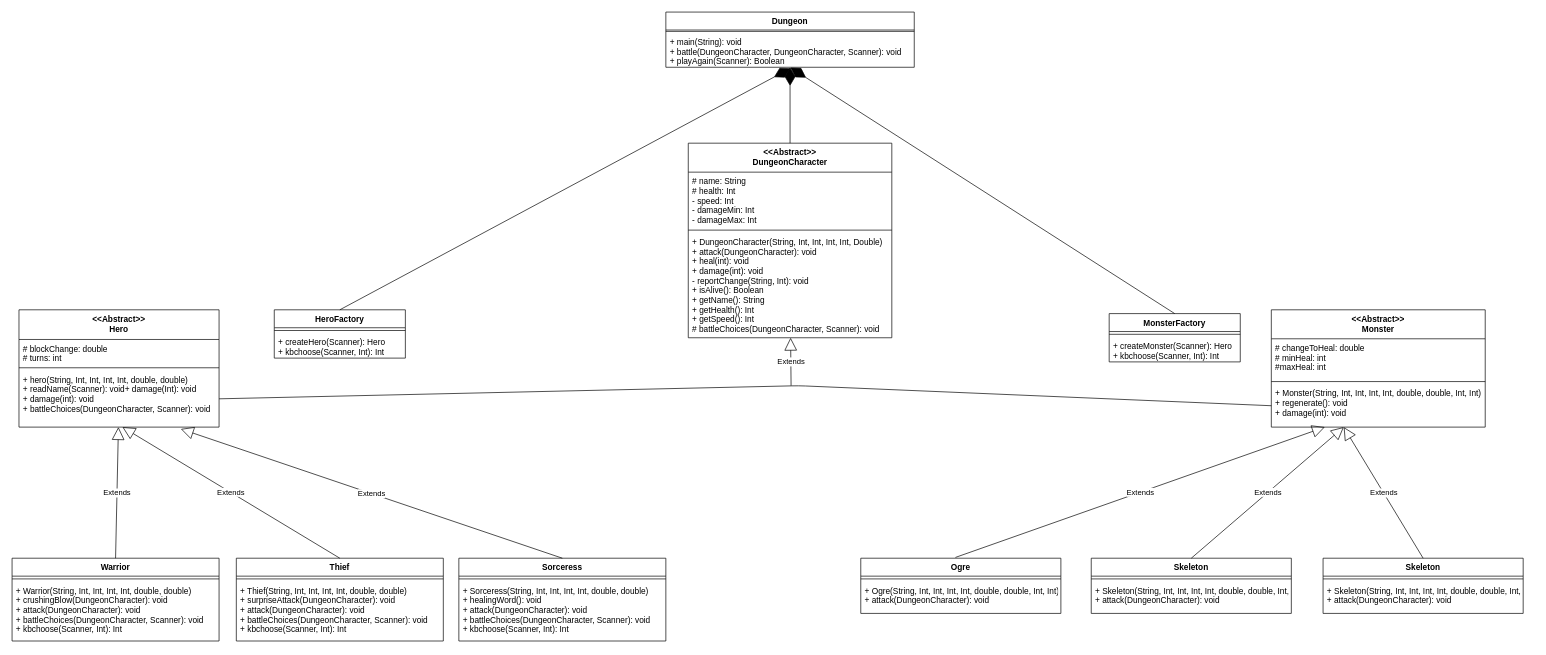
RaikiriR/designpatterns keeps this draw.io diagram as Dungeon_UML.drawio. Above is the earlier version. Source tidied: cells renumbered, new cells numbered last; positions are measured from the earlier drawing's top-left corner, leaving out a move shared by most shapes. Both pictures are drawn from the tidied source at 69%, with x=0, y=0 at pixel (12, 12).
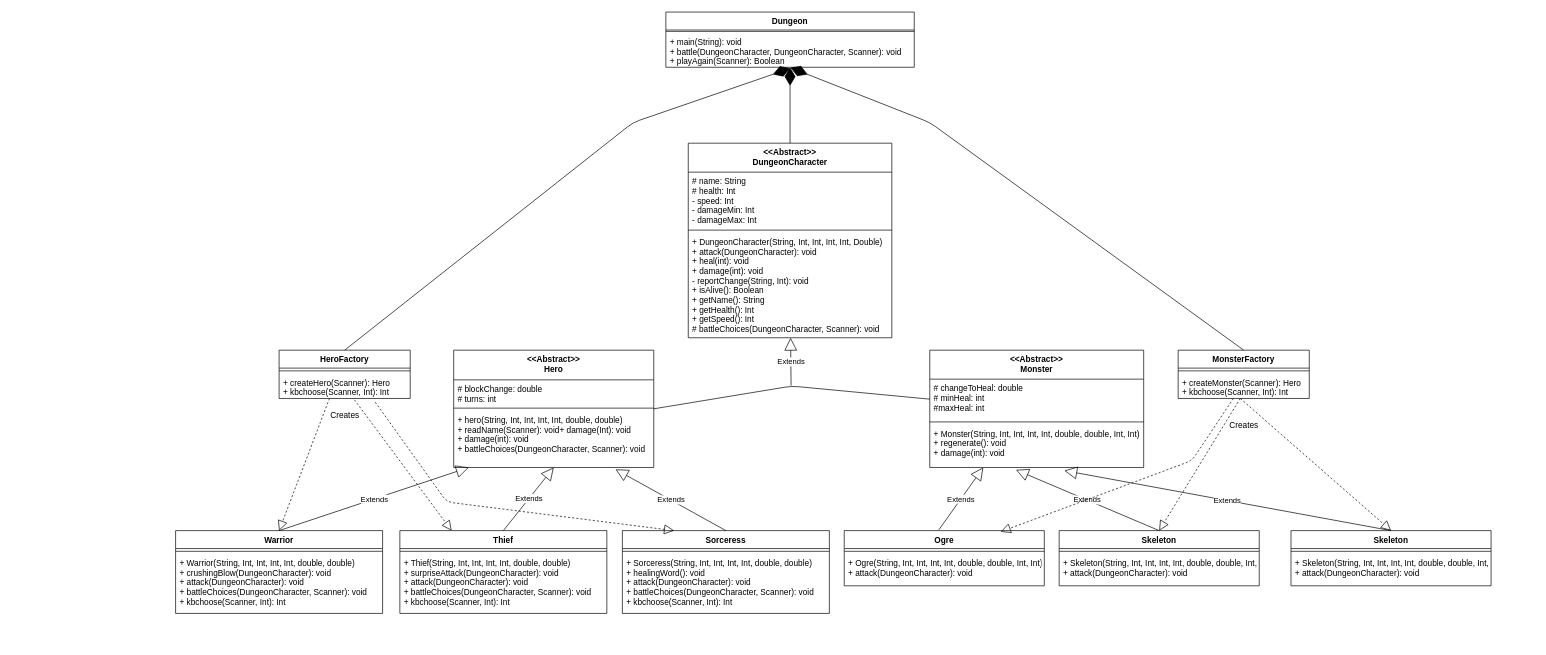
The same page after the edit.

Commit message:
Replaced old Dungeon_UML.drawio: UML here

Unchanged cells that the change refers to:
```xml
<mxCell id="12" value="+ hero(String, Int, Int, Int, Int, double, double)&#10;+ readName(Scanner): void+ damage(Int): void&#10;+ damage(int): void&#10;+ battleChoices(DungeonCharacter, Scanner): void&#10;" style="text;strokeColor=none;fillColor=none;align=left;verticalAlign=top;spacingLeft=4;spacingRight=4;overflow=hidden;points=[[0,0.5],[1,0.5]];portConstraint=eastwest;" parent="9" vertex="1">
  <mxGeometry y="88" width="290" height="82" as="geometry" />
</mxCell>
<mxCell id="14" value="# changeToHeal: double&#10;# minHeal: int&#10;#maxHeal: int&#10;" style="text;strokeColor=none;fillColor=none;align=left;verticalAlign=top;spacingLeft=4;spacingRight=4;overflow=hidden;points=[[0,0.5],[1,0.5]];portConstraint=eastwest;" parent="13" vertex="1">
  <mxGeometry y="42" width="310" height="58" as="geometry" />
</mxCell>
<mxCell id="16" value="+ Monster(String, Int, Int, Int, Int, double, double, Int, Int)&#10;+ regenerate(): void&#10;+ damage(int): void&#10;" style="text;strokeColor=none;fillColor=none;align=left;verticalAlign=top;spacingLeft=4;spacingRight=4;overflow=hidden;points=[[0,0.5],[1,0.5]];portConstraint=eastwest;" parent="13" vertex="1">
  <mxGeometry y="108" width="310" height="62" as="geometry" />
</mxCell>
<mxCell id="37" value="+ createHero(Scanner): Hero&#10;+ kbchoose(Scanner, Int): Int&#10;" style="text;strokeColor=none;fillColor=none;align=left;verticalAlign=top;spacingLeft=4;spacingRight=4;overflow=hidden;points=[[0,0.5],[1,0.5]];portConstraint=eastwest;" parent="35" vertex="1">
  <mxGeometry y="34" width="190" height="36" as="geometry" />
</mxCell>
<mxCell id="40" value="+ createMonster(Scanner): Hero&#10;+ kbchoose(Scanner, Int): Int&#10;" style="text;strokeColor=none;fillColor=none;align=left;verticalAlign=top;spacingLeft=4;spacingRight=4;overflow=hidden;points=[[0,0.5],[1,0.5]];portConstraint=eastwest;" parent="38" vertex="1">
  <mxGeometry y="34" width="190" height="36" as="geometry" />
</mxCell>
```

Diff of the diagram source:
```diff
@@
     <mxCell id="9" value="&lt;&lt;Abstract&gt;&gt;&#10;Hero" style="swimlane;fontStyle=1;align=center;verticalAlign=top;horizontal=1;startSize=43;" parent="1" vertex="1">
-      <mxGeometry x="10" y="431.5" width="290" height="170" as="geometry" />
+      <mxGeometry x="640" y="490" width="290" height="170" as="geometry" />
     </mxCell>
@@
     <mxCell id="13" value="&lt;&lt;Abstract&gt;&gt;&#10;Monster" style="swimlane;fontStyle=1;align=center;verticalAlign=top;horizontal=1;startSize=42;" parent="1" vertex="1">
-      <mxGeometry x="1825" y="431.5" width="310" height="170" as="geometry" />
+      <mxGeometry x="1330" y="490" width="310" height="170" as="geometry" />
     </mxCell>
@@
     <mxCell id="17" value="Warrior" style="swimlane;fontStyle=1;align=center;verticalAlign=top;horizontal=1;startSize=26;" parent="1" vertex="1">
-      <mxGeometry y="791.5" width="300" height="120" as="geometry" />
+      <mxGeometry x="237" y="751.5" width="300" height="120" as="geometry" />
     </mxCell>
@@
     <mxCell id="20" value="Sorceress" style="swimlane;fontStyle=1;align=center;verticalAlign=top;horizontal=1;startSize=26;" parent="1" vertex="1">
-      <mxGeometry x="647.5" y="791.5" width="300" height="120" as="geometry" />
+      <mxGeometry x="884.5" y="751.5" width="300" height="120" as="geometry" />
     </mxCell>
@@
     <mxCell id="23" value="Thief" style="swimlane;fontStyle=1;align=center;verticalAlign=top;horizontal=1;startSize=26;" parent="1" vertex="1">
-      <mxGeometry x="325" y="791.5" width="300" height="120" as="geometry" />
+      <mxGeometry x="562" y="751.5" width="300" height="120" as="geometry" />
     </mxCell>
@@
     <mxCell id="26" value="Ogre" style="swimlane;fontStyle=1;align=center;verticalAlign=top;horizontal=1;startSize=26;" parent="1" vertex="1">
-      <mxGeometry x="1230" y="791.5" width="290" height="80" as="geometry" />
+      <mxGeometry x="1206" y="751.5" width="290" height="80" as="geometry" />
     </mxCell>
@@
     <mxCell id="29" value="Skeleton" style="swimlane;fontStyle=1;align=center;verticalAlign=top;horizontal=1;startSize=26;" parent="1" vertex="1">
-      <mxGeometry x="1564" y="791.5" width="290" height="80" as="geometry" />
+      <mxGeometry x="1517.5" y="751.5" width="290" height="80" as="geometry" />
     </mxCell>
@@
     <mxCell id="32" value="Skeleton" style="swimlane;fontStyle=1;align=center;verticalAlign=top;horizontal=1;startSize=26;" parent="1" vertex="1">
-      <mxGeometry x="1900" y="791.5" width="290" height="80" as="geometry" />
+      <mxGeometry x="1853.5" y="751.5" width="290" height="80" as="geometry" />
     </mxCell>
@@
     <mxCell id="35" value="HeroFactory" style="swimlane;fontStyle=1;align=center;verticalAlign=top;horizontal=1;startSize=26;" parent="1" vertex="1">
-      <mxGeometry x="380" y="431.5" width="190" height="70" as="geometry" />
+      <mxGeometry x="387" y="490" width="190" height="70" as="geometry" />
     </mxCell>
@@
     <mxCell id="38" value="MonsterFactory" style="swimlane;fontStyle=1;align=center;verticalAlign=top;horizontal=1;startSize=26;" parent="1" vertex="1">
-      <mxGeometry x="1590" y="437" width="190" height="70" as="geometry" />
+      <mxGeometry x="1690" y="490" width="190" height="70" as="geometry" />
     </mxCell>
@@
     <mxCell id="42" style="endArrow=diamondThin;endFill=1;endSize=24;html=1;exitX=0.5;exitY=0;exitDx=0;exitDy=0;" parent="1" edge="1" source="38">
       <mxGeometry relative="1" as="geometry">
         <mxPoint x="1128" y="80.5" as="targetPoint" />
+        <Array as="points">
+          <mxPoint x="1330" y="160" />
+        </Array>
       </mxGeometry>
     </mxCell>
     <mxCell id="43" style="endArrow=diamondThin;endFill=1;endSize=24;html=1;exitX=0.5;exitY=0;exitDx=0;exitDy=0;" parent="1" edge="1" source="35">
       <mxGeometry relative="1" as="geometry">
         <mxPoint x="1128" y="81.5" as="targetPoint" />
+        <Array as="points">
+          <mxPoint x="900" y="160" />
+        </Array>
       </mxGeometry>
     </mxCell>
@@
-    <mxCell id="45" value="Extends" style="endArrow=block;endSize=16;endFill=0;html=1;exitX=0.5;exitY=0;exitDx=0;exitDy=0;" parent="1" edge="1" source="23">
-      <mxGeometry relative="1" as="geometry">
-        <mxPoint x="160" y="601.5" as="targetPoint" />
-      </mxGeometry>
+    <mxCell id="45" value="Extends" style="endArrow=block;endSize=16;endFill=0;html=1;exitX=0.5;exitY=0;exitDx=0;exitDy=0;entryX=0.5;entryY=1;entryDx=0;entryDy=0;" parent="1" edge="1" source="23" target="9">
+      <mxGeometry relative="1" as="geometry" />
     </mxCell>
@@
-    <mxCell id="48" value="Extends" style="endArrow=block;endSize=16;endFill=0;html=1;exitX=0.5;exitY=0;exitDx=0;exitDy=0;" parent="1" edge="1" source="29">
-      <mxGeometry relative="1" as="geometry">
-        <mxPoint x="1930" y="601.5" as="targetPoint" />
-      </mxGeometry>
+    <mxCell id="48" value="Extends" style="endArrow=block;endSize=16;endFill=0;html=1;exitX=0.5;exitY=0;exitDx=0;exitDy=0;entryX=0.403;entryY=1.056;entryDx=0;entryDy=0;entryPerimeter=0;" parent="1" edge="1" source="29" target="16">
+      <mxGeometry relative="1" as="geometry" />
     </mxCell>
-    <mxCell id="49" value="Extends" style="endArrow=block;endSize=16;endFill=0;html=1;exitX=0.5;exitY=0;exitDx=0;exitDy=0;" parent="1" edge="1" source="32">
-      <mxGeometry relative="1" as="geometry">
-        <mxPoint x="1930" y="601.5" as="targetPoint" />
-      </mxGeometry>
+    <mxCell id="49" value="Extends" style="endArrow=block;endSize=16;endFill=0;html=1;exitX=0.5;exitY=0;exitDx=0;exitDy=0;entryX=0.629;entryY=1.073;entryDx=0;entryDy=0;entryPerimeter=0;" parent="1" edge="1" source="32" target="16">
+      <mxGeometry relative="1" as="geometry" />
     </mxCell>
@@
-    <mxCell id="51" style="endArrow=none;endFill=0;endSize=24;html=1;strokeColor=#000000;exitX=1;exitY=0.5;exitDx=0;exitDy=0;entryX=0;entryY=0.5;entryDx=0;entryDy=0;" parent="1" edge="1" source="12" target="16">
+    <mxCell id="51" style="endArrow=none;endFill=0;endSize=24;html=1;strokeColor=#000000;exitX=1;exitY=0.5;exitDx=0;exitDy=0;entryX=0;entryY=0.5;entryDx=0;entryDy=0;" parent="1" edge="1" source="9" target="14">
       <mxGeometry relative="1" as="geometry">
         <Array as="points">
-          <mxPoint x="1140" y="541.5" />
+          <mxPoint x="1130" y="542" />
         </Array>
       </mxGeometry>
     </mxCell>
+    <mxCell id="52" style="endArrow=block;dashed=1;endFill=0;endSize=12;html=1;exitX=0.474;exitY=1;exitDx=0;exitDy=0;exitPerimeter=0;entryX=0.5;entryY=0;entryDx=0;entryDy=0;" parent="1" edge="1" source="40" target="32">
+      <mxGeometry relative="1" as="geometry" />
+    </mxCell>
+    <mxCell id="53" style="endArrow=block;dashed=1;endFill=0;endSize=12;html=1;entryX=0.5;entryY=0;entryDx=0;entryDy=0;" parent="1" edge="1" target="29">
+      <mxGeometry relative="1" as="geometry">
+        <mxPoint x="1780" y="560" as="sourcePoint" />
+      </mxGeometry>
+    </mxCell>
+    <mxCell id="54" style="endArrow=block;dashed=1;endFill=0;endSize=12;html=1;entryX=0.782;entryY=0.021;entryDx=0;entryDy=0;entryPerimeter=0;" parent="1" edge="1" target="26">
+      <mxGeometry relative="1" as="geometry">
+        <mxPoint x="1770" y="560" as="sourcePoint" />
+        <Array as="points">
+          <mxPoint x="1710" y="650" />
+        </Array>
+      </mxGeometry>
+    </mxCell>
+    <mxCell id="55" style="endArrow=block;dashed=1;endFill=0;endSize=12;html=1;entryX=0.5;entryY=0;entryDx=0;entryDy=0;exitX=0.384;exitY=1;exitDx=0;exitDy=0;exitPerimeter=0;" parent="1" edge="1" source="37" target="17">
+      <mxGeometry relative="1" as="geometry" />
+    </mxCell>
+    <mxCell id="56" style="endArrow=block;dashed=1;endFill=0;endSize=12;html=1;entryX=0.25;entryY=0;entryDx=0;entryDy=0;exitX=0.575;exitY=1.056;exitDx=0;exitDy=0;exitPerimeter=0;" parent="1" edge="1" source="37" target="23">
+      <mxGeometry relative="1" as="geometry" />
+    </mxCell>
+    <mxCell id="57" style="endArrow=block;dashed=1;endFill=0;endSize=12;html=1;entryX=0.25;entryY=0;entryDx=0;entryDy=0;exitX=0.733;exitY=1.148;exitDx=0;exitDy=0;exitPerimeter=0;" parent="1" edge="1" source="37" target="20">
+      <mxGeometry relative="1" as="geometry">
+        <Array as="points">
+          <mxPoint x="630" y="710" />
+        </Array>
+      </mxGeometry>
+    </mxCell>
+    <mxCell id="58" value="Creates" style="text;html=1;align=center;verticalAlign=middle;" parent="1" vertex="1">
+      <mxGeometry x="1755" y="590" width="60" height="20" as="geometry" />
+    </mxCell>
+    <mxCell id="59" value="Creates" style="text;html=1;align=center;verticalAlign=middle;" parent="1" vertex="1">
+      <mxGeometry x="452" y="575" width="60" height="20" as="geometry" />
+    </mxCell>
```
